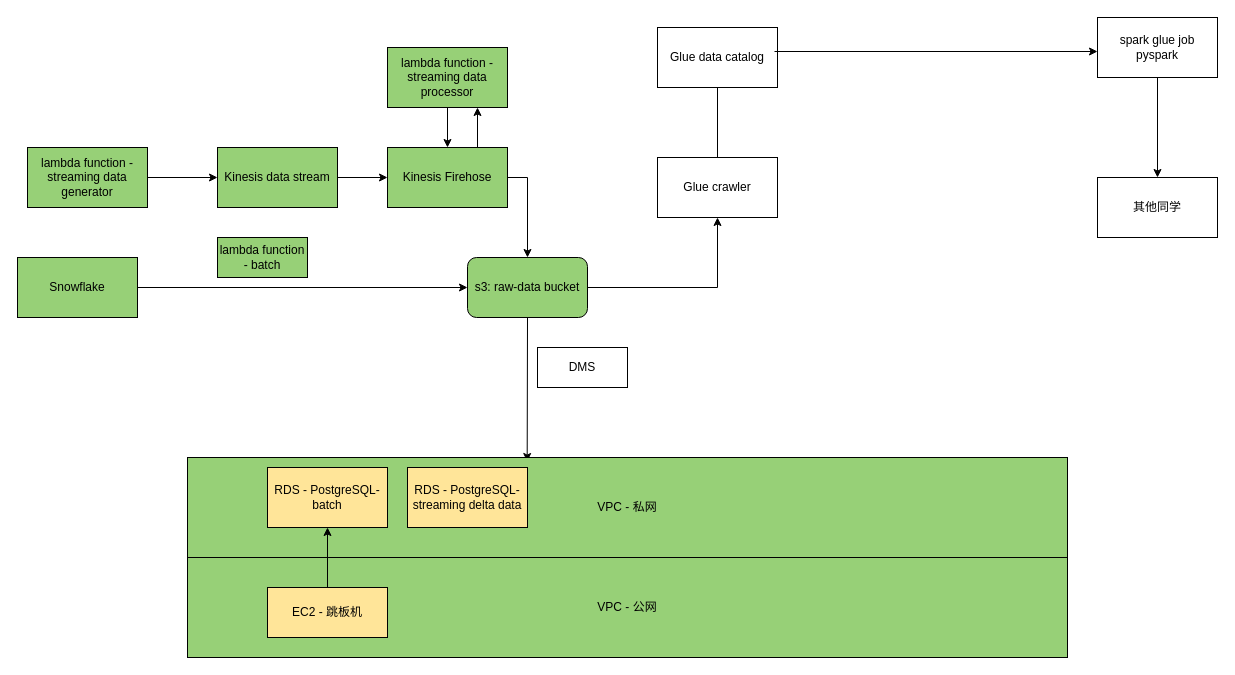
Earlier version of the draw.io diagram new_pipeline.drawio (luckyeggegg/insightflow_imba). Source tidied: cells renumbered, new cells numbered last; positions are measured from the earlier drawing's top-left corner, leaving out a move shared by most shapes. Both pictures are drawn from the tidied source at 100%, with x=0, y=0 at pixel (17, 17).
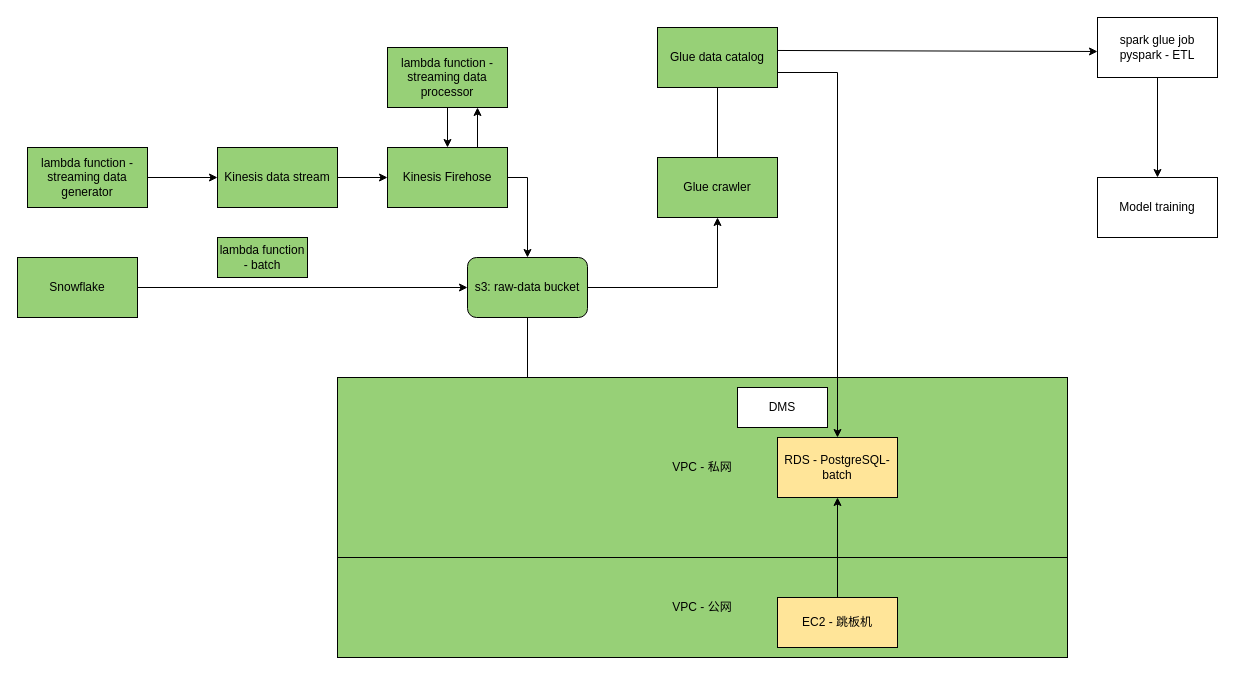
The same diagram, later.

Commit message:
main: update the structure diagram

Unchanged cells that the change refers to:
```xml
<mxCell id="4" value="s3: raw-data bucket" style="rounded=1;whiteSpace=wrap;html=1;fillColor=#97D077;" parent="1" vertex="1">
  <mxGeometry x="450" y="240" width="120" height="60" as="geometry" />
</mxCell>
```

The edit, as a diff of the source:
```diff
@@
+    <mxCell id="32" style="edgeStyle=orthogonalEdgeStyle;rounded=0;jettySize=auto;html=1;exitX=0.5;exitY=1;exitDx=0;exitDy=0;entryX=0;entryY=0.75;entryDx=0;entryDy=0;" parent="1" edge="1" source="4" target="18">
+      <mxGeometry relative="1" as="geometry" />
+    </mxCell>
@@
-    <mxCell id="16" style="endArrow=classic;html=1;rounded=0;exitX=0.5;exitY=1;exitDx=0;exitDy=0;entryX=0.386;entryY=0.04;entryDx=0;entryDy=0;entryPerimeter=0;" parent="1" edge="1" source="4" target="17">
-      <mxGeometry relative="1" as="geometry" />
-    </mxCell>
     <mxCell id="17" value="VPC - 私网" style="rounded=0;whiteSpace=wrap;html=1;fillColor=#97D077;" parent="1" vertex="1">
-      <mxGeometry x="170" y="440" width="880" height="100" as="geometry" />
+      <mxGeometry x="320" y="360" width="730" height="180" as="geometry" />
     </mxCell>
     <mxCell id="18" value="RDS - PostgreSQL- batch" style="rounded=0;whiteSpace=wrap;html=1;fillColor=#FFE599;" parent="1" vertex="1">
-      <mxGeometry x="250" y="450" width="120" height="60" as="geometry" />
+      <mxGeometry x="760" y="420" width="120" height="60" as="geometry" />
     </mxCell>
     <mxCell id="19" value="VPC - 公网" style="rounded=0;whiteSpace=wrap;html=1;fillColor=#97D077;" parent="1" vertex="1">
-      <mxGeometry x="170" y="540" width="880" height="100" as="geometry" />
+      <mxGeometry x="320" y="540" width="730" height="100" as="geometry" />
     </mxCell>
@@
     <mxCell id="21" value="EC2 - 跳板机" style="rounded=0;whiteSpace=wrap;html=1;fillColor=#FFE599;" parent="1" vertex="1">
-      <mxGeometry x="250" y="570" width="120" height="50" as="geometry" />
+      <mxGeometry x="760" y="580" width="120" height="50" as="geometry" />
     </mxCell>
@@
     <mxCell id="23" value="DMS" style="rounded=0;whiteSpace=wrap;html=1;" parent="1" vertex="1">
-      <mxGeometry x="520" y="330" width="90" height="40" as="geometry" />
+      <mxGeometry x="720" y="370" width="90" height="40" as="geometry" />
     </mxCell>
-    <mxCell id="24" value="Glue crawler" style="rounded=0;whiteSpace=wrap;html=1;" parent="1" vertex="1">
+    <mxCell id="24" value="Glue crawler" style="rounded=0;whiteSpace=wrap;html=1;fillColor=#97D077;" parent="1" vertex="1">
       <mxGeometry x="640" y="140" width="120" height="60" as="geometry" />
     </mxCell>
@@
-    <mxCell id="26" value="Glue data catalog" style="rounded=0;whiteSpace=wrap;html=1;" parent="1" vertex="1">
+    <mxCell id="26" value="Glue data catalog" style="rounded=0;whiteSpace=wrap;html=1;fillColor=#97D077;" parent="1" vertex="1">
       <mxGeometry x="640" y="10" width="120" height="60" as="geometry" />
     </mxCell>
-    <mxCell id="27" value="RDS - PostgreSQL-streaming delta data" style="rounded=0;whiteSpace=wrap;html=1;fillColor=#FFE599;" parent="1" vertex="1">
-      <mxGeometry x="390" y="450" width="120" height="60" as="geometry" />
-    </mxCell>
-    <mxCell id="28" value="spark glue job&lt;br&gt;pyspark" style="rounded=0;whiteSpace=wrap;html=1;" parent="1" vertex="1">
+    <mxCell id="28" value="spark glue job&lt;br&gt;pyspark - ETL" style="rounded=0;whiteSpace=wrap;html=1;" parent="1" vertex="1">
       <mxGeometry x="1080" width="120" height="60" as="geometry" />
     </mxCell>
-    <mxCell id="29" style="endArrow=classic;html=1;rounded=0;exitX=0.975;exitY=0.4;exitDx=0;exitDy=0;exitPerimeter=0;" parent="1" edge="1" source="26">
+    <mxCell id="29" style="endArrow=classic;html=1;rounded=0;exitX=1;exitY=0.383;exitDx=0;exitDy=0;exitPerimeter=0;" parent="1" edge="1" source="26">
       <mxGeometry relative="1" as="geometry">
         <mxPoint x="1080" y="34" as="targetPoint" />
       </mxGeometry>
     </mxCell>
@@
-    <mxCell id="31" value="其他同学" style="rounded=0;whiteSpace=wrap;html=1;" parent="1" vertex="1">
+    <mxCell id="31" value="Model training" style="rounded=0;whiteSpace=wrap;html=1;" parent="1" vertex="1">
       <mxGeometry x="1080" y="160" width="120" height="60" as="geometry" />
     </mxCell>
+    <mxCell id="33" style="endArrow=classic;html=1;rounded=0;exitX=1;exitY=0.75;exitDx=0;exitDy=0;" parent="1" edge="1" source="26" target="18">
+      <mxGeometry relative="1" as="geometry">
+        <Array as="points">
+          <mxPoint x="820" y="55" />
+        </Array>
+      </mxGeometry>
+    </mxCell>
```
